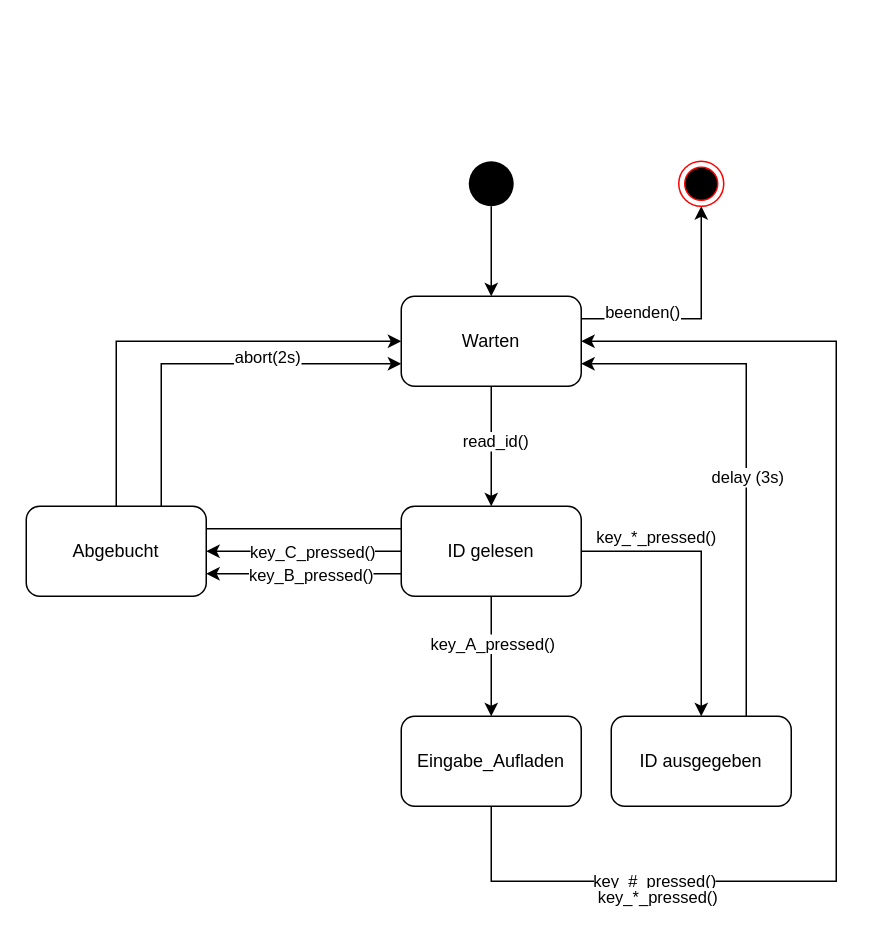
Above: design/StatePattern.drawio in lukas-honold/BudeRFID (draw.io), before the change. Source tidied: cells renumbered, new cells numbered last; positions are measured from the earlier drawing's top-left corner, leaving out a move shared by most shapes. Both pictures are drawn from the tidied source at 150%, with x=0, y=0 at pixel (26, 160).
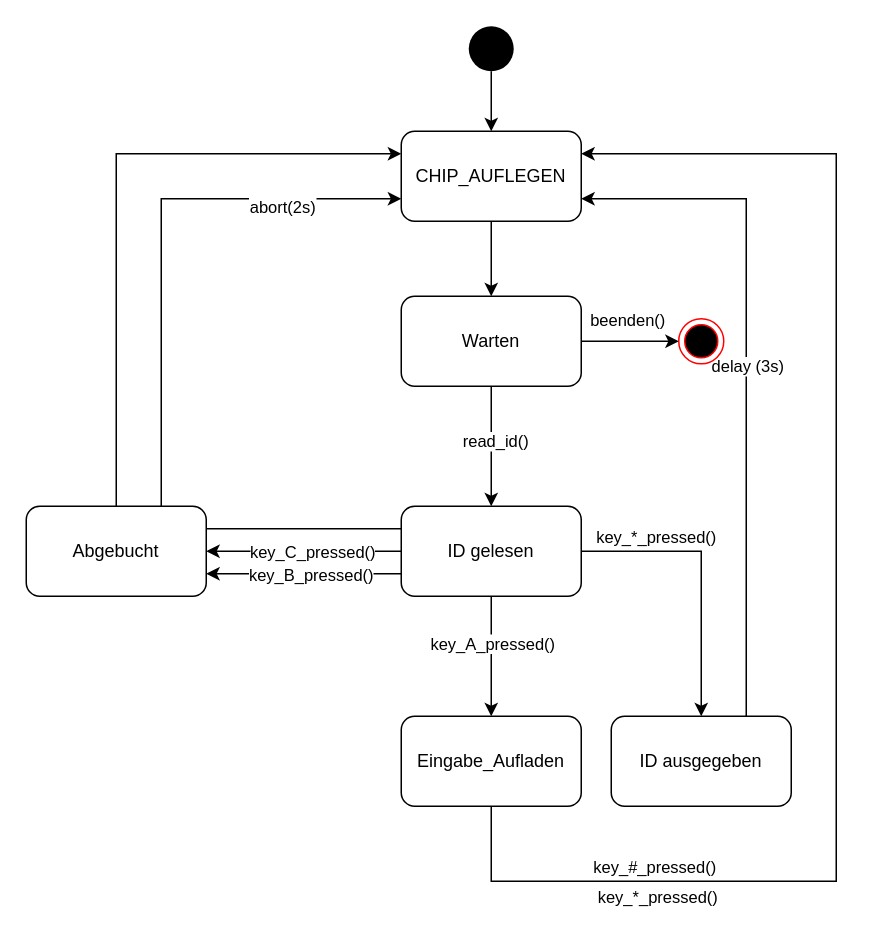
Above is the later version.

Commit message (it also covers changes not shown here):
Zustandsdiagramm angepasst und state machine++

The change refers to these unchanged cells:
```xml
<mxCell id="8" value="Warten" style="rounded=1;whiteSpace=wrap;html=1;" parent="1" vertex="1">
  <mxGeometry x="250" y="90" width="120" height="60" as="geometry" />
</mxCell>
<mxCell id="19" value="ID gelesen" style="rounded=1;whiteSpace=wrap;html=1;" parent="1" vertex="1">
  <mxGeometry x="250" y="230" width="120" height="60" as="geometry" />
</mxCell>
<mxCell id="22" value="Eingabe_Aufladen" style="rounded=1;whiteSpace=wrap;html=1;" parent="1" vertex="1">
  <mxGeometry x="250" y="370" width="120" height="60" as="geometry" />
</mxCell>
<mxCell id="25" value="ID ausgegeben" style="rounded=1;whiteSpace=wrap;html=1;" parent="1" vertex="1">
  <mxGeometry x="390" y="370" width="120" height="60" as="geometry" />
</mxCell>
<mxCell id="27" value="Abgebucht" style="rounded=1;whiteSpace=wrap;html=1;" parent="1" vertex="1">
  <mxGeometry y="230" width="120" height="60" as="geometry" />
</mxCell>
```

Change to the diagram source:
```diff
@@
-    <mxCell id="6" style="edgeStyle=none;rounded=0;jettySize=auto;html=1;exitX=1;exitY=0.25;exitDx=0;exitDy=0;entryX=0.5;entryY=1;entryDx=0;entryDy=0;" parent="1" edge="1" source="8" target="28">
+    <mxCell id="6" style="edgeStyle=none;rounded=0;jettySize=auto;html=1;exitX=1;exitY=0.5;exitDx=0;exitDy=0;entryX=0;entryY=0.5;entryDx=0;entryDy=0;" parent="1" edge="1" source="8" target="28">
       <mxGeometry relative="1" as="geometry">
         <Array as="points">
-          <mxPoint x="450" y="105" />
+          <mxPoint x="420" y="120" />
         </Array>
       </mxGeometry>
     </mxCell>
     <mxCell id="7" value="beenden()" style="edgeLabel;html=1;align=center;verticalAlign=middle;" parent="6" vertex="1">
       <mxGeometry x="-0.29" y="1" relative="1" as="geometry">
-        <mxPoint x="-14.2" y="-4" as="offset" />
+        <mxPoint x="7.1" y="-14" as="offset" />
       </mxGeometry>
     </mxCell>
@@
-    <mxCell id="9" style="edgeStyle=orthogonalEdgeStyle;rounded=0;jettySize=auto;html=1;entryX=0.5;entryY=0;entryDx=0;entryDy=0;" parent="1" edge="1" source="10" target="8">
+    <mxCell id="9" style="edgeStyle=orthogonalEdgeStyle;rounded=0;jettySize=auto;html=1;entryX=0.5;entryY=0;entryDx=0;entryDy=0;" parent="1" edge="1" source="10" target="31">
       <mxGeometry relative="1" as="geometry" />
     </mxCell>
     <mxCell id="10" style="ellipse;fillColor=#000000;strokeColor=none;" parent="1" vertex="1">
-      <mxGeometry x="295" width="30" height="30" as="geometry" />
+      <mxGeometry x="295" y="-90" width="30" height="30" as="geometry" />
     </mxCell>
@@
-    <mxCell id="13" style="edgeStyle=none;rounded=0;jettySize=auto;html=1;exitX=0;exitY=0.25;exitDx=0;exitDy=0;entryX=0;entryY=0.75;entryDx=0;entryDy=0;" parent="1" edge="1" source="19" target="8">
+    <mxCell id="13" style="edgeStyle=none;rounded=0;jettySize=auto;html=1;exitX=0;exitY=0.25;exitDx=0;exitDy=0;entryX=0;entryY=0.75;entryDx=0;entryDy=0;" parent="1" edge="1" source="19" target="31">
       <mxGeometry relative="1" as="geometry">
         <Array as="points">
           <mxPoint x="90" y="245" />
-          <mxPoint x="90" y="135" />
+          <mxPoint x="90" y="25" />
         </Array>
       </mxGeometry>
     </mxCell>
     <mxCell id="14" value="abort(2s)" style="edgeLabel;html=1;align=center;verticalAlign=middle;" parent="13" vertex="1">
       <mxGeometry x="0.22" y="2" relative="1" as="geometry">
-        <mxPoint x="72" y="-13" as="offset" />
+        <mxPoint x="82" y="-46" as="offset" />
       </mxGeometry>
     </mxCell>
@@
-    <mxCell id="20" style="edgeStyle=none;rounded=0;jettySize=auto;html=1;exitX=0.5;exitY=1;exitDx=0;exitDy=0;entryX=1;entryY=0.5;entryDx=0;entryDy=0;" parent="1" edge="1" source="22" target="8">
+    <mxCell id="20" style="edgeStyle=none;rounded=0;jettySize=auto;html=1;exitX=0.5;exitY=1;exitDx=0;exitDy=0;entryX=1;entryY=0.25;entryDx=0;entryDy=0;" parent="1" edge="1" source="22" target="31">
       <mxGeometry relative="1" as="geometry">
         <Array as="points">
           <mxPoint x="310" y="480" />
           <mxPoint x="540" y="480" />
-          <mxPoint x="540" y="120" />
+          <mxPoint x="540" y="-5" />
         </Array>
       </mxGeometry>
     </mxCell>
     <mxCell id="21" value="key_#_pressed()" style="edgeLabel;html=1;align=center;verticalAlign=middle;" parent="20" vertex="1">
       <mxGeometry x="-0.55" y="1" relative="1" as="geometry">
-        <mxPoint x="-24" as="offset" />
+        <mxPoint x="-52" y="-9" as="offset" />
       </mxGeometry>
     </mxCell>
@@
-    <mxCell id="23" style="edgeStyle=none;rounded=0;jettySize=auto;html=1;exitX=0.75;exitY=0;exitDx=0;exitDy=0;entryX=1;entryY=0.75;entryDx=0;entryDy=0;" parent="1" edge="1" source="25" target="8">
+    <mxCell id="23" style="edgeStyle=none;rounded=0;jettySize=auto;html=1;exitX=0.75;exitY=0;exitDx=0;exitDy=0;entryX=1;entryY=0.75;entryDx=0;entryDy=0;" parent="1" edge="1" source="25" target="31">
       <mxGeometry relative="1" as="geometry">
         <Array as="points">
-          <mxPoint x="480" y="135" />
+          <mxPoint x="480" y="25" />
         </Array>
       </mxGeometry>
     </mxCell>
@@
-    <mxCell id="26" style="edgeStyle=none;rounded=0;jettySize=auto;html=1;entryX=0;entryY=0.5;entryDx=0;entryDy=0;exitX=0.5;exitY=0;exitDx=0;exitDy=0;" parent="1" edge="1" source="27" target="8">
+    <mxCell id="26" style="edgeStyle=none;rounded=0;jettySize=auto;html=1;entryX=0;entryY=0.25;entryDx=0;entryDy=0;exitX=0.5;exitY=0;exitDx=0;exitDy=0;" parent="1" edge="1" source="27" target="31">
       <mxGeometry relative="1" as="geometry">
         <Array as="points">
-          <mxPoint x="60" y="120" />
+          <mxPoint x="60" y="-5" />
         </Array>
       </mxGeometry>
     </mxCell>
@@
     <mxCell id="28" style="ellipse;html=1;shape=endState;fillColor=#000000;strokeColor=#ff0000;" parent="1" vertex="1">
-      <mxGeometry x="435" width="30" height="30" as="geometry" />
+      <mxGeometry x="435" y="105" width="30" height="30" as="geometry" />
     </mxCell>
@@
+    <mxCell id="30" style="edgeStyle=orthogonalEdgeStyle;rounded=0;jettySize=auto;html=1;exitX=0.5;exitY=1;exitDx=0;exitDy=0;entryX=0.5;entryY=0;entryDx=0;entryDy=0;" parent="1" edge="1" source="31" target="8">
+      <mxGeometry relative="1" as="geometry" />
+    </mxCell>
+    <mxCell id="31" value="CHIP_AUFLEGEN" style="rounded=1;whiteSpace=wrap;html=1;" parent="1" vertex="1">
+      <mxGeometry x="250" y="-20" width="120" height="60" as="geometry" />
+    </mxCell>
```
